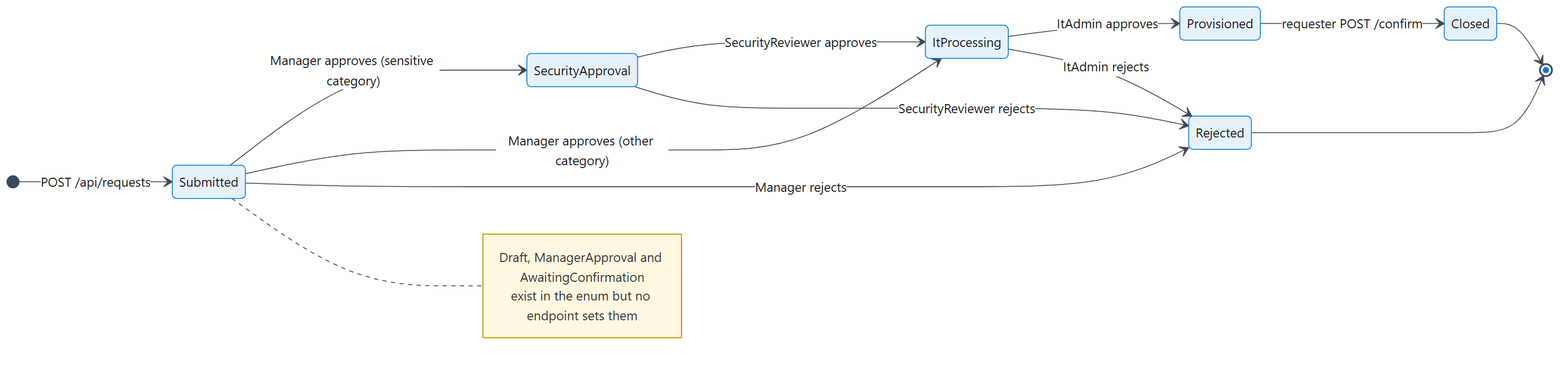
Deepankar-AICloud/AISDLC-V1 keeps this Mermaid diagram as docs/complete-solution-documentation/diagrams/rendered/05-request-state-machine.png. Above is the earlier version. Its source is kept beside it as docs/complete-solution-documentation/diagrams/mermaid/05-request-state-machine.mmd. The source it was exported from:
```mermaid
stateDiagram-v2
  direction LR
  [*] --> Submitted: POST /api/requests
  Submitted --> SecurityApproval: Manager approves (sensitive category)
  Submitted --> ItProcessing: Manager approves (other category)
  SecurityApproval --> ItProcessing: SecurityReviewer approves
  ItProcessing --> Provisioned: ItAdmin approves
  Provisioned --> Closed: requester POST /confirm
  Submitted --> Rejected: Manager rejects
  SecurityApproval --> Rejected: SecurityReviewer rejects
  ItProcessing --> Rejected: ItAdmin rejects
  Closed --> [*]
  Rejected --> [*]
  note right of Submitted
    Draft, ManagerApproval and AwaitingConfirmation
    exist in the enum but no endpoint sets them
  end note
```
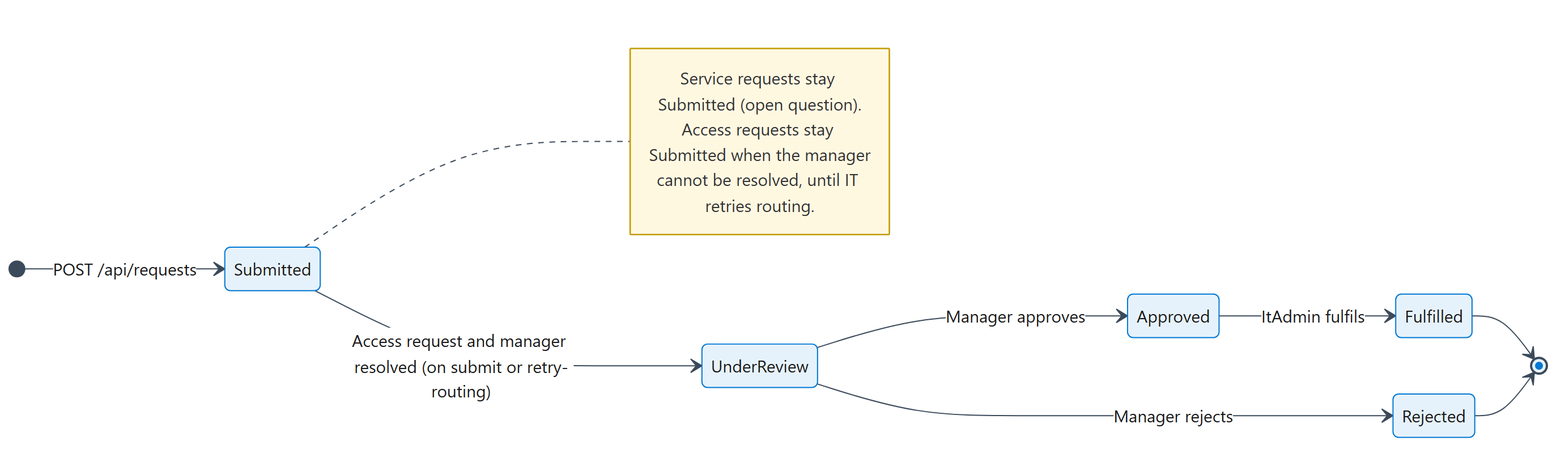
The same file after the commit.

What changed in the source:
```diff
@@ -1,17 +1,14 @@
 stateDiagram-v2
   direction LR
   [*] --> Submitted: POST /api/requests
-  Submitted --> SecurityApproval: Manager approves (sensitive category)
-  Submitted --> ItProcessing: Manager approves (other category)
-  SecurityApproval --> ItProcessing: SecurityReviewer approves
-  ItProcessing --> Provisioned: ItAdmin approves
-  Provisioned --> Closed: requester POST /confirm
-  Submitted --> Rejected: Manager rejects
-  SecurityApproval --> Rejected: SecurityReviewer rejects
-  ItProcessing --> Rejected: ItAdmin rejects
-  Closed --> [*]
+  Submitted --> UnderReview: Access request and manager resolved (on submit or retry-routing)
+  UnderReview --> Approved: Manager approves
+  UnderReview --> Rejected: Manager rejects
+  Approved --> Fulfilled: ItAdmin fulfils
+  Fulfilled --> [*]
   Rejected --> [*]
   note right of Submitted
-    Draft, ManagerApproval and AwaitingConfirmation
-    exist in the enum but no endpoint sets them
+    Service requests stay Submitted (open question).
+    Access requests stay Submitted when the manager
+    cannot be resolved, until IT retries routing.
   end note
```
